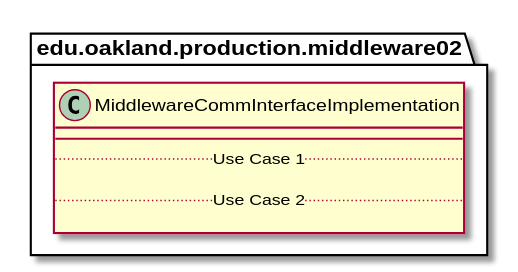
Earlier version of the PlantUML export docs/uml-class-diagrams/middleware02/production/MiddlewareCommInterfaceImplementation/MiddlewareCommInterfaceImplementation.svg (andrewdimmer/csi-3370-software-project).
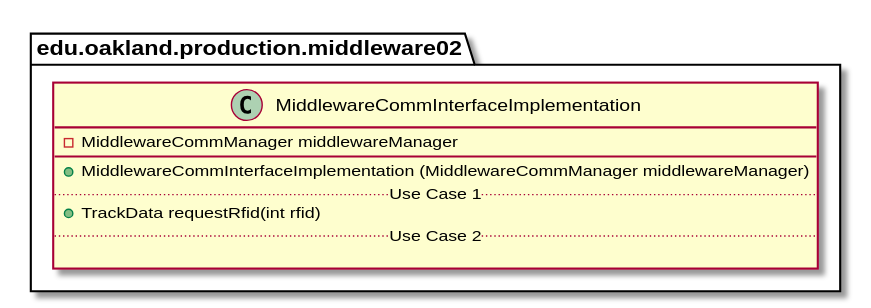
The same file after the commit.

Change to the diagram source:
```diff
@@ -2,9 +2,11 @@
 
 package edu.oakland.production.middleware02 {
     class MiddlewareCommInterfaceImplementation {
+        - MiddlewareCommManager middlewareManager
         __
+        + MiddlewareCommInterfaceImplementation (MiddlewareCommManager middlewareManager)
         .. Use Case 1 ..
-
+        + TrackData requestRfid(int rfid)
         .. Use Case 2 ..
 
     }
```
